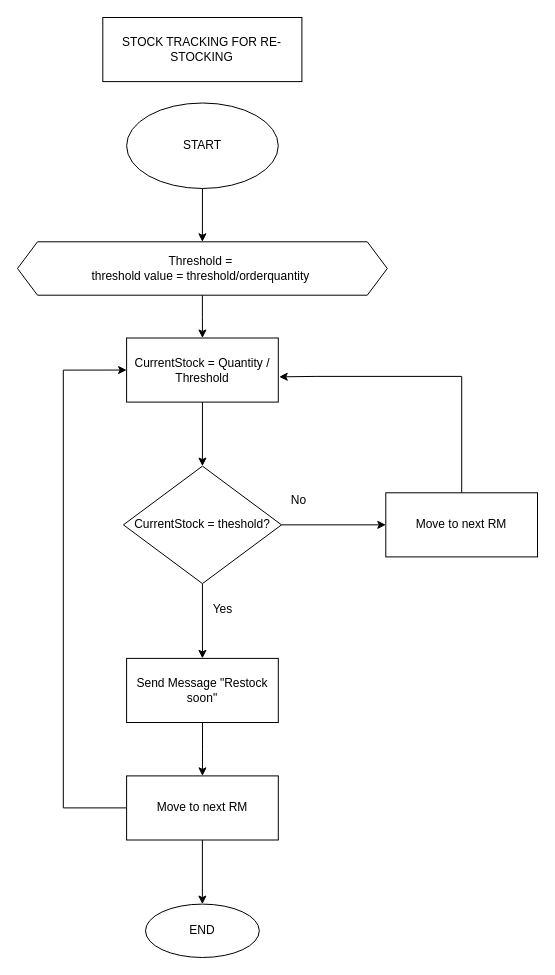
Before: page "(System) Restock Check" (7 of 7) of docs/midterms.drawio in AllegoYuanPaolo/SC-Inventory-Project, a draw.io diagram. Source tidied: cells renumbered, new cells numbered last; positions are measured from the earlier drawing's top-left corner, leaving out a move shared by most shapes. Both pictures are drawn from the tidied source at 100%, with x=0, y=0 at pixel (17, 17).
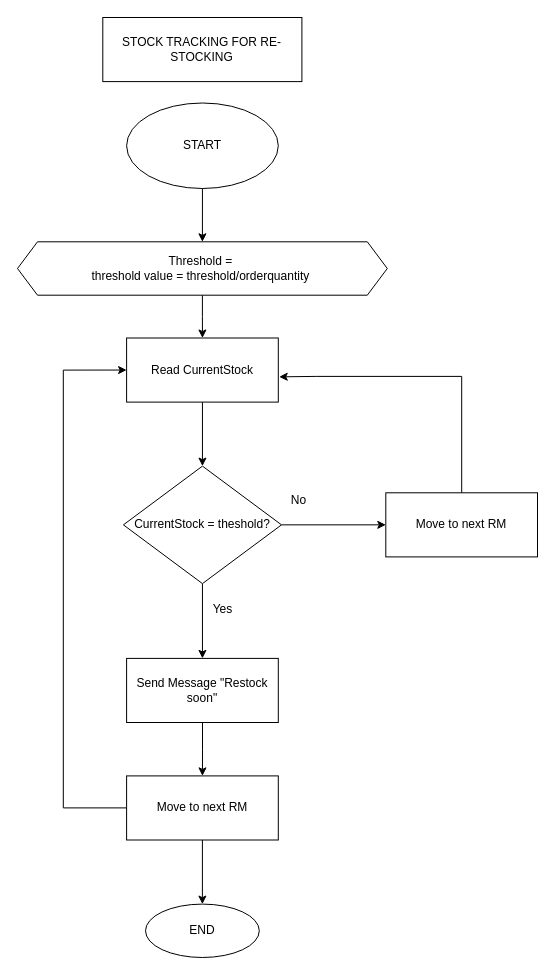
The same diagram, later.

Unchanged cells that the change refers to:
```xml
<mxCell id="2" style="group;" parent="1" vertex="1">
  <mxGeometry width="520" height="940" as="geometry" />
</mxCell>
```

Diff of the diagram source:
```diff
@@
-    <mxCell id="4" value="CurrentStock = Quantity / Threshold" style="rounded=0;whiteSpace=wrap;html=1;" parent="2" vertex="1">
+    <mxCell id="4" value="Read CurrentStock" style="rounded=0;whiteSpace=wrap;html=1;" parent="2" vertex="1">
       <mxGeometry x="109.1" y="320.5" width="151.7" height="64.1" as="geometry" />
     </mxCell>
```
